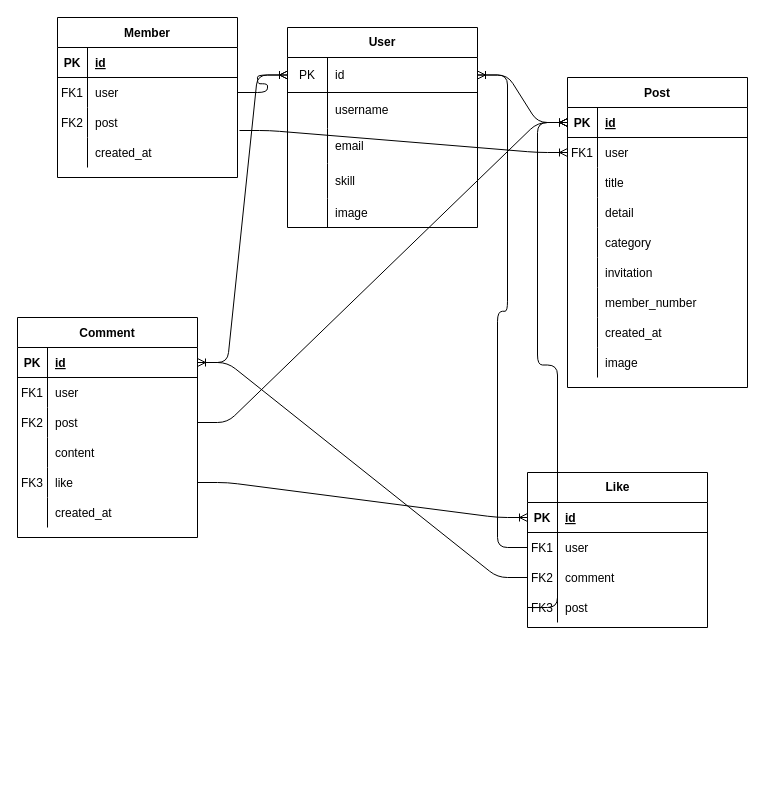
The draw.io diagram idealShere.drawio in mamyudapao/idealShere, before the edit. Source tidied: cells renumbered, new cells numbered last; positions are measured from the earlier drawing's top-left corner, leaving out a move shared by most shapes. Both pictures are drawn from the tidied source at 100%, with x=0, y=0 at pixel (17, 17).
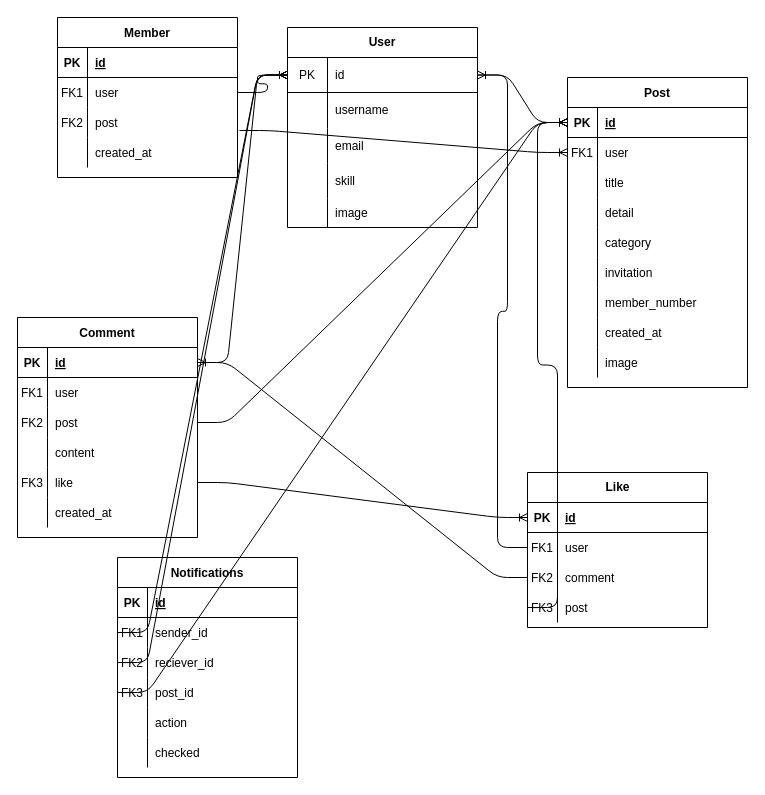
The same diagram, later.

The change refers to these unchanged cells:
```xml
<mxCell id="3" style="shape=partialRectangle;fillColor=none;top=0;left=0;bottom=1;right=0;points=[[0,0.5],[1,0.5]];portConstraint=eastwest;" parent="2" vertex="1">
  <mxGeometry y="30" width="180" height="30" as="geometry" />
</mxCell>
<mxCell id="63" style="shape=partialRectangle;html=1;whiteSpace=wrap;fillColor=none;top=0;left=0;bottom=1;right=0;points=[[0,0.5],[1,0.5]];portConstraint=eastwest;" parent="62" vertex="1">
  <mxGeometry y="30" width="190" height="35" as="geometry" />
</mxCell>
```

The edit, as a diff of the source:
```diff
@@
+    <mxCell id="100" value="Notifications" style="shape=table;startSize=30;childLayout=tableLayout;rowLines=0;fontStyle=1;align=center;" parent="1" vertex="1">
+      <mxGeometry x="100" y="540" width="180" height="220" as="geometry" />
+    </mxCell>
+    <mxCell id="101" style="shape=partialRectangle;fillColor=none;top=0;left=0;bottom=1;right=0;" parent="100" vertex="1">
+      <mxGeometry y="30" width="180" height="30" as="geometry" />
+    </mxCell>
+    <mxCell id="102" value="PK" style="shape=partialRectangle;fillColor=none;top=0;left=0;bottom=0;right=0;fontStyle=1;overflow=hidden;" parent="101" vertex="1">
+      <mxGeometry width="30" height="30" as="geometry" />
+    </mxCell>
+    <mxCell id="103" value="id" style="shape=partialRectangle;fillColor=none;top=0;left=0;bottom=0;right=0;align=left;spacingLeft=6;fontStyle=5;overflow=hidden;" parent="101" vertex="1">
+      <mxGeometry x="30" width="150" height="30" as="geometry" />
+    </mxCell>
+    <mxCell id="104" style="shape=partialRectangle;fillColor=none;top=0;left=0;bottom=0;right=0;points=[[0,0.5],[1,0.5]];portConstraint=eastwest;" parent="100" vertex="1">
+      <mxGeometry y="60" width="180" height="30" as="geometry" />
+    </mxCell>
+    <mxCell id="105" value="FK1" style="shape=partialRectangle;fillColor=none;top=0;left=0;bottom=0;right=0;overflow=hidden;" parent="104" vertex="1">
+      <mxGeometry width="30" height="30" as="geometry" />
+    </mxCell>
+    <mxCell id="106" value="sender_id" style="shape=partialRectangle;fillColor=none;top=0;left=0;bottom=0;right=0;align=left;spacingLeft=6;overflow=hidden;" parent="104" vertex="1">
+      <mxGeometry x="30" width="150" height="30" as="geometry" />
+    </mxCell>
+    <mxCell id="107" style="shape=partialRectangle;fillColor=none;top=0;left=0;bottom=0;right=0;points=[[0,0.5],[1,0.5]];portConstraint=eastwest;" parent="100" vertex="1">
+      <mxGeometry y="90" width="180" height="30" as="geometry" />
+    </mxCell>
+    <mxCell id="108" value="FK2" style="shape=partialRectangle;fillColor=none;top=0;left=0;bottom=0;right=0;overflow=hidden;" parent="107" vertex="1">
+      <mxGeometry width="30" height="30" as="geometry" />
+    </mxCell>
+    <mxCell id="109" value="reciever_id" style="shape=partialRectangle;fillColor=none;top=0;left=0;bottom=0;right=0;align=left;spacingLeft=6;overflow=hidden;" parent="107" vertex="1">
+      <mxGeometry x="30" width="150" height="30" as="geometry" />
+    </mxCell>
+    <mxCell id="110" style="shape=partialRectangle;fillColor=none;top=0;left=0;bottom=0;right=0;points=[[0,0.5],[1,0.5]];portConstraint=eastwest;" parent="100" vertex="1">
+      <mxGeometry y="120" width="180" height="30" as="geometry" />
+    </mxCell>
+    <mxCell id="111" value="FK3" style="shape=partialRectangle;fillColor=none;top=0;left=0;bottom=0;right=0;overflow=hidden;" parent="110" vertex="1">
+      <mxGeometry width="30" height="30" as="geometry" />
+    </mxCell>
+    <mxCell id="112" value="post_id" style="shape=partialRectangle;fillColor=none;top=0;left=0;bottom=0;right=0;align=left;spacingLeft=6;overflow=hidden;" parent="110" vertex="1">
+      <mxGeometry x="30" width="150" height="30" as="geometry" />
+    </mxCell>
+    <mxCell id="113" style="shape=partialRectangle;fillColor=none;top=0;left=0;bottom=0;right=0;" parent="100" vertex="1">
+      <mxGeometry y="150" width="180" height="30" as="geometry" />
+    </mxCell>
+    <mxCell id="114" style="shape=partialRectangle;fillColor=none;top=0;left=0;bottom=0;right=0;overflow=hidden;" parent="113" vertex="1">
+      <mxGeometry width="30" height="30" as="geometry" />
+    </mxCell>
+    <mxCell id="115" value="action" style="shape=partialRectangle;fillColor=none;top=0;left=0;bottom=0;right=0;align=left;spacingLeft=6;overflow=hidden;" parent="113" vertex="1">
+      <mxGeometry x="30" width="150" height="30" as="geometry" />
+    </mxCell>
+    <mxCell id="116" style="shape=partialRectangle;fillColor=none;top=0;left=0;bottom=0;right=0;" parent="100" vertex="1">
+      <mxGeometry y="180" width="180" height="30" as="geometry" />
+    </mxCell>
+    <mxCell id="117" style="shape=partialRectangle;fillColor=none;top=0;left=0;bottom=0;right=0;overflow=hidden;" parent="116" vertex="1">
+      <mxGeometry width="30" height="30" as="geometry" />
+    </mxCell>
+    <mxCell id="118" value="checked" style="shape=partialRectangle;fillColor=none;top=0;left=0;bottom=0;right=0;align=left;spacingLeft=6;overflow=hidden;" parent="116" vertex="1">
+      <mxGeometry x="30" width="150" height="30" as="geometry" />
+    </mxCell>
+    <mxCell id="119" style="edgeStyle=entityRelationEdgeStyle;fontSize=12;html=1;endArrow=ERoneToMany;entryX=0;entryY=0.5;entryDx=0;entryDy=0;exitX=0;exitY=0.5;exitDx=0;exitDy=0;" parent="1" edge="1" source="104" target="63">
+      <mxGeometry relative="1" as="geometry" />
+    </mxCell>
+    <mxCell id="120" style="edgeStyle=entityRelationEdgeStyle;fontSize=12;html=1;endArrow=ERoneToMany;entryX=0;entryY=0.5;entryDx=0;entryDy=0;exitX=0;exitY=0.5;exitDx=0;exitDy=0;" parent="1" edge="1" source="107" target="63">
+      <mxGeometry relative="1" as="geometry" />
+    </mxCell>
+    <mxCell id="121" style="edgeStyle=entityRelationEdgeStyle;fontSize=12;html=1;endArrow=ERoneToMany;exitX=0;exitY=0.5;exitDx=0;exitDy=0;" parent="1" edge="1" source="110" target="3">
+      <mxGeometry relative="1" as="geometry" />
+    </mxCell>
```
